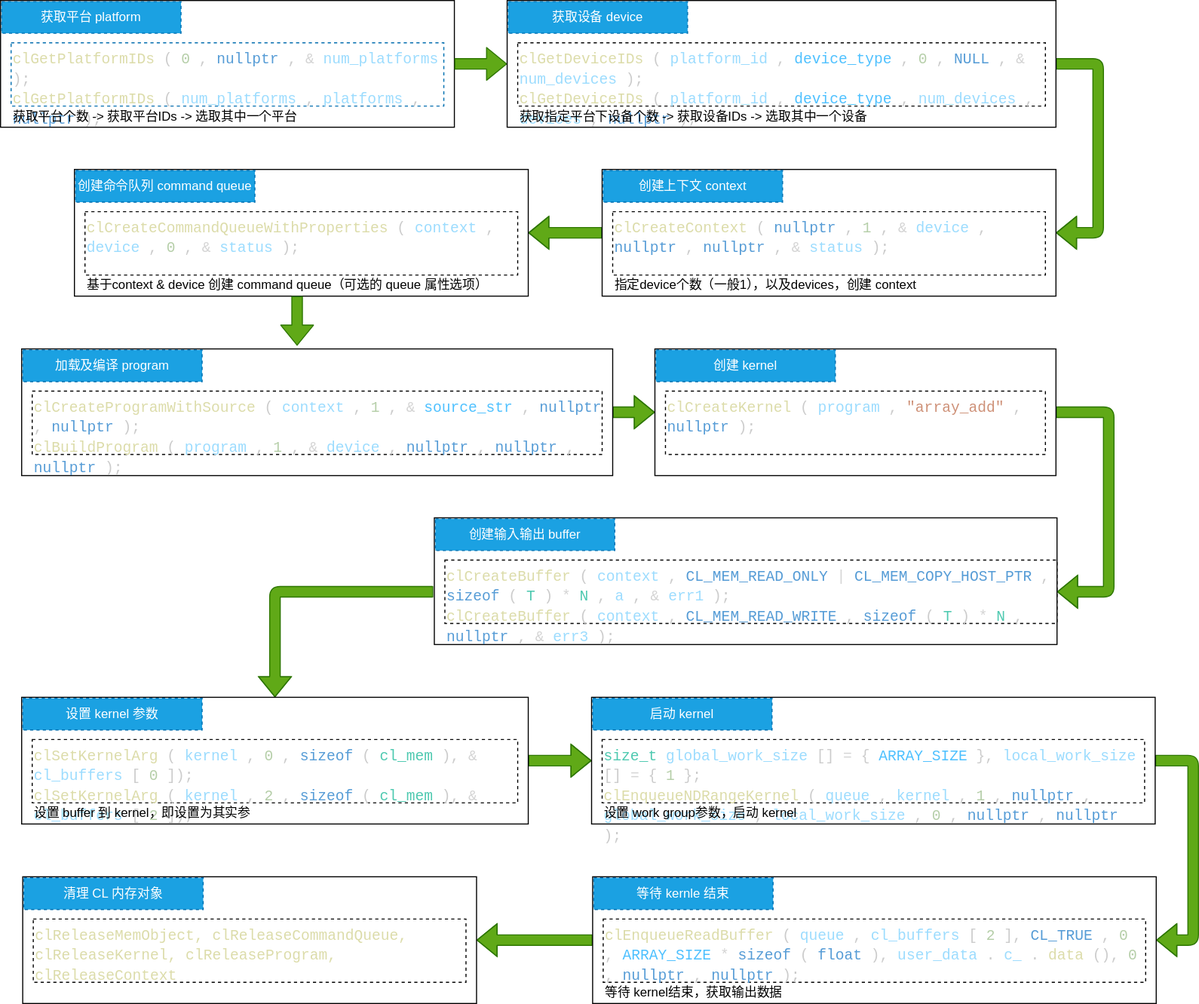
The draw.io diagram assets/drawio/opencl-programing-flow.drawio.svg in hxf0223/hxf0223.github.io, before a commit. Source tidied: cells renumbered, new cells last; positions are measured from the earlier drawing's top-left corner, leaving out a move shared by most shapes.
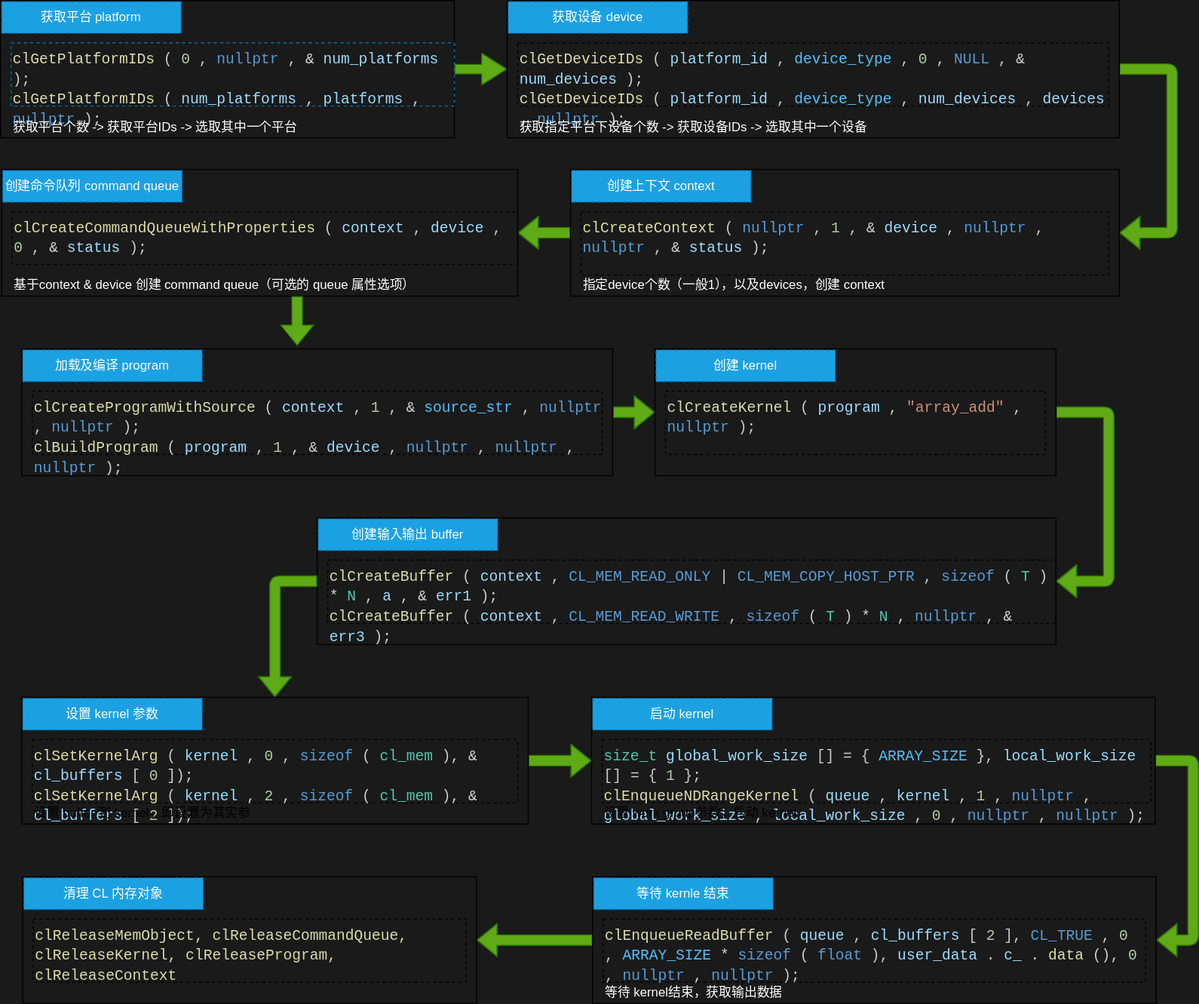
The same diagram one commit later.

What changed in the source:
```diff
@@ -1,2 +1,2 @@
-<mxGraphModel>
+<mxGraphModel background="#1A1A1A">
   <root>
@@ -5,6 +5,6 @@
     <mxCell id="2" style="rounded=0;whiteSpace=wrap;html=1;gradientColor=default;fillColor=none;" parent="1" vertex="1">
-      <mxGeometry width="430" height="120" as="geometry" />
+      <mxGeometry width="430" height="130" as="geometry" />
     </mxCell>
     <mxCell id="3" value="&lt;div style=&quot;color: rgb(204, 204, 204); font-family: Consolas, &amp;quot;Courier New&amp;quot;, monospace; font-size: 14px; line-height: 19px;&quot;&gt;&lt;span style=&quot;color: rgb(220, 220, 170);&quot;&gt;clGetPlatformIDs&lt;/span&gt;(&lt;span style=&quot;color: rgb(181, 206, 168);&quot;&gt;0&lt;/span&gt;, &lt;span style=&quot;color: rgb(86, 156, 214);&quot;&gt;nullptr&lt;/span&gt;, &lt;span style=&quot;color: rgb(212, 212, 212);&quot;&gt;&amp;amp;&lt;/span&gt;&lt;span style=&quot;color: rgb(156, 220, 254);&quot;&gt;num_platforms&lt;/span&gt;);&lt;br&gt;&lt;div style=&quot;line-height: 19px;&quot;&gt;&lt;span style=&quot;color: rgb(220, 220, 170);&quot;&gt;clGetPlatformIDs&lt;/span&gt;(&lt;span style=&quot;color: rgb(156, 220, 254);&quot;&gt;num_platforms&lt;/span&gt;, &lt;span style=&quot;color: rgb(156, 220, 254);&quot;&gt;platforms&lt;/span&gt;, &lt;span style=&quot;color: rgb(86, 156, 214);&quot;&gt;nullptr&lt;/span&gt;);&lt;/div&gt;&lt;/div&gt;" style="rounded=0;whiteSpace=wrap;html=1;dashed=1;align=left;verticalAlign=top;fillColor=none;fontColor=#ffffff;strokeColor=#006EAF;" parent="1" vertex="1">
-      <mxGeometry x="10" y="40" width="410" height="60" as="geometry" />
+      <mxGeometry x="10" y="40" width="420" height="60" as="geometry" />
     </mxCell>
@@ -13,6 +13,6 @@
     </mxCell>
-    <mxCell id="5" value="获取平台个数 &lt;font style=&quot;font-size: 12px;&quot;&gt;-&amp;gt;&lt;/font&gt; 获取平台IDs -&amp;gt;&amp;nbsp;选取其中一个平台" style="text;whiteSpace=wrap;html=1;verticalAlign=middle;align=left;" parent="1" vertex="1">
-      <mxGeometry x="10" y="100" width="280" height="20" as="geometry" />
+    <mxCell id="5" value="&lt;font color=&quot;#ffffff&quot;&gt;获取平台个数 &lt;font style=&quot;font-size: 12px;&quot;&gt;-&amp;gt;&lt;/font&gt; 获取平台IDs -&amp;gt;&amp;nbsp;选取其中一个平台&lt;/font&gt;" style="text;whiteSpace=wrap;html=1;verticalAlign=middle;align=left;" parent="1" vertex="1">
+      <mxGeometry x="10" y="110" width="280" height="20" as="geometry" />
     </mxCell>
-    <mxCell id="6" style="edgeStyle=none;html=1;fontSize=12;exitX=1;exitY=0.5;exitDx=0;exitDy=0;entryX=0;entryY=0.5;entryDx=0;entryDy=0;shape=flexArrow;fillColor=#60a917;strokeColor=#2D7600;" parent="1" edge="1" source="2" target="8">
+    <mxCell id="6" style="edgeStyle=none;html=1;fontSize=12;exitX=1;exitY=0.5;exitDx=0;exitDy=0;entryX=0;entryY=0.5;entryDx=0;entryDy=0;shape=flexArrow;fillColor=#60a917;strokeColor=#2D7600;width=9;endSize=7.53;" parent="1" edge="1" source="2" target="8">
       <mxGeometry relative="1" as="geometry" />
@@ -22,3 +22,3 @@
         <Array as="points">
-          <mxPoint x="1040" y="140" />
+          <mxPoint x="1110" y="150" />
         </Array>
@@ -27,6 +27,6 @@
     <mxCell id="8" style="rounded=0;whiteSpace=wrap;html=1;fillColor=none;" parent="1" vertex="1">
-      <mxGeometry x="480" width="520" height="120" as="geometry" />
+      <mxGeometry x="480" width="580" height="130" as="geometry" />
     </mxCell>
     <mxCell id="9" value="&lt;div style=&quot;font-family: Consolas, &amp;quot;Courier New&amp;quot;, monospace; font-size: 14px; line-height: 19px;&quot;&gt;&lt;div style=&quot;line-height: 19px;&quot;&gt;&lt;span style=&quot;color: rgb(220, 220, 170);&quot;&gt;clGetDeviceIDs&lt;/span&gt;&lt;font style=&quot;&quot; color=&quot;#cccccc&quot;&gt;(&lt;/font&gt;&lt;span style=&quot;color: rgb(156, 220, 254);&quot;&gt;platform_id&lt;/span&gt;&lt;font style=&quot;&quot; color=&quot;#cccccc&quot;&gt;, &lt;/font&gt;&lt;span style=&quot;color: rgb(79, 193, 255);&quot;&gt;device_type&lt;/span&gt;&lt;font style=&quot;&quot; color=&quot;#cccccc&quot;&gt;, &lt;/font&gt;&lt;span style=&quot;color: rgb(181, 206, 168);&quot;&gt;0&lt;/span&gt;&lt;font style=&quot;&quot; color=&quot;#cccccc&quot;&gt;, &lt;/font&gt;&lt;span style=&quot;color: rgb(86, 156, 214);&quot;&gt;NULL&lt;/span&gt;&lt;font style=&quot;&quot; color=&quot;#cccccc&quot;&gt;, &lt;/font&gt;&lt;span style=&quot;color: rgb(212, 212, 212);&quot;&gt;&amp;amp;&lt;/span&gt;&lt;span style=&quot;color: rgb(156, 220, 254);&quot;&gt;num_devices&lt;/span&gt;&lt;font style=&quot;&quot; color=&quot;#cccccc&quot;&gt;);&lt;/font&gt;&lt;br&gt;&lt;div style=&quot;line-height: 19px;&quot;&gt;&lt;span style=&quot;color: rgb(220, 220, 170);&quot;&gt;clGetDeviceIDs&lt;/span&gt;&lt;font style=&quot;&quot; color=&quot;#cccccc&quot;&gt;(&lt;/font&gt;&lt;span style=&quot;color: rgb(156, 220, 254);&quot;&gt;platform_id&lt;/span&gt;&lt;font style=&quot;&quot; color=&quot;#cccccc&quot;&gt;, &lt;/font&gt;&lt;span style=&quot;color: rgb(79, 193, 255);&quot;&gt;device_type&lt;/span&gt;&lt;font style=&quot;&quot; color=&quot;#cccccc&quot;&gt;, &lt;/font&gt;&lt;span style=&quot;color: rgb(156, 220, 254);&quot;&gt;num_devices&lt;/span&gt;&lt;font style=&quot;&quot; color=&quot;#cccccc&quot;&gt;, &lt;/font&gt;&lt;span style=&quot;color: rgb(156, 220, 254);&quot;&gt;devices&lt;/span&gt;&lt;font style=&quot;&quot; color=&quot;#cccccc&quot;&gt;, &lt;/font&gt;&lt;font style=&quot;&quot; color=&quot;#569cd6&quot;&gt;nullptr&lt;/font&gt;&lt;font style=&quot;&quot; color=&quot;#cccccc&quot;&gt;);&lt;/font&gt;&lt;/div&gt;&lt;/div&gt;&lt;/div&gt;" style="rounded=0;whiteSpace=wrap;html=1;dashed=1;align=left;verticalAlign=top;fillColor=none;" parent="1" vertex="1">
-      <mxGeometry x="490" y="40" width="500" height="60" as="geometry" />
+      <mxGeometry x="490" y="40" width="560" height="60" as="geometry" />
     </mxCell>
@@ -35,4 +35,4 @@
     </mxCell>
-    <mxCell id="11" value="获取指定平台下设备个数&amp;nbsp;&lt;font style=&quot;font-size: 12px;&quot;&gt;-&amp;gt;&lt;/font&gt; 获取设备IDs -&amp;gt;&amp;nbsp;选取其中一个设备" style="text;whiteSpace=wrap;html=1;verticalAlign=middle;align=left;" parent="1" vertex="1">
-      <mxGeometry x="490" y="100" width="380" height="20" as="geometry" />
+    <mxCell id="11" value="&lt;font color=&quot;#ffffff&quot;&gt;获取指定平台下设备个数&amp;nbsp;&lt;font style=&quot;font-size: 12px;&quot;&gt;-&amp;gt;&lt;/font&gt; 获取设备IDs -&amp;gt;&amp;nbsp;选取其中一个设备&lt;/font&gt;" style="text;whiteSpace=wrap;html=1;verticalAlign=middle;align=left;" parent="1" vertex="1">
+      <mxGeometry x="490" y="110" width="380" height="20" as="geometry" />
     </mxCell>
@@ -42,21 +42,21 @@
     <mxCell id="13" style="rounded=0;whiteSpace=wrap;html=1;fillColor=none;" parent="1" vertex="1">
-      <mxGeometry x="570" y="160" width="430" height="120" as="geometry" />
+      <mxGeometry x="540" y="160" width="520" height="120" as="geometry" />
     </mxCell>
     <mxCell id="14" value="&lt;div style=&quot;font-family: Consolas, &amp;quot;Courier New&amp;quot;, monospace; font-size: 14px; line-height: 19px;&quot;&gt;&lt;div style=&quot;line-height: 19px;&quot;&gt;&lt;span style=&quot;color: rgb(220, 220, 170);&quot;&gt;clCreateContext&lt;/span&gt;&lt;font style=&quot;&quot; color=&quot;#cccccc&quot;&gt;(&lt;/font&gt;&lt;font style=&quot;&quot; color=&quot;#569cd6&quot;&gt;nullptr&lt;/font&gt;&lt;font style=&quot;&quot; color=&quot;#cccccc&quot;&gt;, &lt;/font&gt;&lt;span style=&quot;color: rgb(181, 206, 168);&quot;&gt;1&lt;/span&gt;&lt;font style=&quot;&quot; color=&quot;#cccccc&quot;&gt;, &lt;/font&gt;&lt;span style=&quot;color: rgb(212, 212, 212);&quot;&gt;&amp;amp;&lt;/span&gt;&lt;span style=&quot;color: rgb(156, 220, 254);&quot;&gt;device&lt;/span&gt;&lt;font style=&quot;&quot; color=&quot;#cccccc&quot;&gt;, &lt;/font&gt;&lt;span style=&quot;color: rgb(86, 156, 214);&quot;&gt;nullptr&lt;/span&gt;&lt;font style=&quot;&quot; color=&quot;#cccccc&quot;&gt;, &lt;/font&gt;&lt;font style=&quot;&quot; color=&quot;#569cd6&quot;&gt;nullptr&lt;/font&gt;&lt;font style=&quot;&quot; color=&quot;#cccccc&quot;&gt;, &lt;/font&gt;&lt;span style=&quot;color: rgb(212, 212, 212);&quot;&gt;&amp;amp;&lt;/span&gt;&lt;span style=&quot;color: rgb(156, 220, 254);&quot;&gt;status&lt;/span&gt;&lt;font style=&quot;&quot; color=&quot;#cccccc&quot;&gt;);&lt;/font&gt;&lt;/div&gt;&lt;/div&gt;" style="rounded=0;whiteSpace=wrap;html=1;dashed=1;align=left;verticalAlign=top;fillColor=none;" parent="1" vertex="1">
-      <mxGeometry x="580" y="200" width="410" height="60" as="geometry" />
+      <mxGeometry x="550" y="200" width="500" height="60" as="geometry" />
     </mxCell>
     <mxCell id="15" value="创建上下文 context" style="rounded=0;whiteSpace=wrap;html=1;dashed=1;fillColor=#1ba1e2;fontColor=#ffffff;strokeColor=#006EAF;" parent="1" vertex="1">
-      <mxGeometry x="571" y="161" width="170" height="30" as="geometry" />
+      <mxGeometry x="541" y="161" width="170" height="30" as="geometry" />
     </mxCell>
-    <mxCell id="16" value="指定device个数（一般1），以及devices，创建 context" style="text;whiteSpace=wrap;html=1;verticalAlign=middle;align=left;" parent="1" vertex="1">
-      <mxGeometry x="580" y="260" width="330" height="20" as="geometry" />
+    <mxCell id="16" value="&lt;font color=&quot;#ffffff&quot;&gt;指定device个数（一般1），以及devices，创建 context&lt;/font&gt;" style="text;whiteSpace=wrap;html=1;verticalAlign=middle;align=left;" parent="1" vertex="1">
+      <mxGeometry x="550" y="260" width="330" height="20" as="geometry" />
     </mxCell>
     <mxCell id="17" style="rounded=0;whiteSpace=wrap;html=1;fillColor=none;" parent="1" vertex="1">
-      <mxGeometry x="70" y="160" width="430" height="120" as="geometry" />
+      <mxGeometry x="1" y="160" width="489" height="120" as="geometry" />
     </mxCell>
     <mxCell id="18" value="&lt;div style=&quot;color: rgb(204, 204, 204); font-family: Consolas, &amp;quot;Courier New&amp;quot;, monospace; font-size: 14px; line-height: 19px;&quot;&gt;&lt;div style=&quot;line-height: 19px;&quot;&gt;&lt;span style=&quot;color: rgb(220, 220, 170);&quot;&gt;clCreateCommandQueueWithProperties&lt;/span&gt;(&lt;span style=&quot;color: rgb(156, 220, 254);&quot;&gt;context&lt;/span&gt;, &lt;span style=&quot;color: rgb(156, 220, 254);&quot;&gt;device&lt;/span&gt;, &lt;span style=&quot;color: rgb(181, 206, 168);&quot;&gt;0&lt;/span&gt;, &lt;span style=&quot;color: rgb(212, 212, 212);&quot;&gt;&amp;amp;&lt;/span&gt;&lt;span style=&quot;color: rgb(156, 220, 254);&quot;&gt;status&lt;/span&gt;);&lt;/div&gt;&lt;/div&gt;" style="rounded=0;whiteSpace=wrap;html=1;dashed=1;align=left;verticalAlign=top;fillColor=none;" parent="1" vertex="1">
-      <mxGeometry x="80" y="200" width="410" height="60" as="geometry" />
+      <mxGeometry x="11" y="200" width="479" height="50" as="geometry" />
     </mxCell>
     <mxCell id="19" value="创建命令队列 command queue" style="rounded=0;whiteSpace=wrap;html=1;dashed=1;fillColor=#1ba1e2;fontColor=#ffffff;strokeColor=#006EAF;" parent="1" vertex="1">
-      <mxGeometry x="71" y="161" width="170" height="30" as="geometry" />
+      <mxGeometry x="2" y="161" width="170" height="30" as="geometry" />
     </mxCell>
@@ -65,4 +65,4 @@
     </mxCell>
-    <mxCell id="21" value="基于context &amp;amp; device&amp;nbsp;创建 command queue（可选的 queue&amp;nbsp;属性选项）" style="text;whiteSpace=wrap;html=1;verticalAlign=middle;align=left;" parent="1" vertex="1">
-      <mxGeometry x="80" y="260" width="400" height="20" as="geometry" />
+    <mxCell id="21" value="&lt;font color=&quot;#ffffff&quot;&gt;基于context &amp;amp; device&amp;nbsp;创建 command queue（可选的 queue&amp;nbsp;属性选项）&lt;/font&gt;" style="text;whiteSpace=wrap;html=1;verticalAlign=middle;align=left;" parent="1" vertex="1">
+      <mxGeometry x="11" y="260" width="400" height="20" as="geometry" />
     </mxCell>
@@ -80,3 +80,3 @@
     </mxCell>
-    <mxCell id="26" style="edgeStyle=elbowEdgeStyle;shape=flexArrow;html=1;fontSize=12;elbow=vertical;entryX=1;entryY=0.5;entryDx=0;entryDy=0;exitX=1;exitY=0.5;exitDx=0;exitDy=0;fillColor=#60a917;strokeColor=#2D7600;" parent="1" edge="1" source="27" target="32">
+    <mxCell id="26" style="edgeStyle=elbowEdgeStyle;shape=flexArrow;html=1;fontSize=12;elbow=vertical;entryX=1;entryY=0.5;entryDx=0;entryDy=0;exitX=1;exitY=0.5;exitDx=0;exitDy=0;fillColor=#60a917;strokeColor=#2D7600;" parent="1" edge="1" source="27" target="30">
       <mxGeometry relative="1" as="geometry">
@@ -97,9 +97,8 @@
     <mxCell id="30" style="rounded=0;whiteSpace=wrap;html=1;fillColor=none;" parent="1" vertex="1">
-      <mxGeometry x="411" y="490" width="590" height="120" as="geometry" />
+      <mxGeometry x="300" y="490" width="700" height="120" as="geometry" />
     </mxCell>
-    <mxCell id="31" style="edgeStyle=elbowEdgeStyle;shape=flexArrow;elbow=vertical;html=1;fontSize=12;entryX=0.5;entryY=0;entryDx=0;entryDy=0;fillColor=#60a917;strokeColor=#2D7600;" parent="1" edge="1" target="35">
+    <mxCell id="31" style="edgeStyle=elbowEdgeStyle;shape=flexArrow;elbow=vertical;html=1;fontSize=12;entryX=0.5;entryY=0;entryDx=0;entryDy=0;fillColor=#60a917;strokeColor=#2D7600;exitX=0;exitY=0.5;exitDx=0;exitDy=0;" parent="1" edge="1" source="30" target="35">
       <mxGeometry relative="1" as="geometry">
-        <mxPoint x="410" y="560" as="sourcePoint" />
         <Array as="points">
-          <mxPoint x="330" y="560" />
+          <mxPoint x="320" y="550" />
         </Array>
@@ -108,6 +107,6 @@
     <mxCell id="32" value="&lt;div style=&quot;color: rgb(204, 204, 204); font-family: Consolas, &amp;quot;Courier New&amp;quot;, monospace; font-size: 14px; line-height: 19px;&quot;&gt;&lt;div style=&quot;line-height: 19px;&quot;&gt;&lt;div style=&quot;line-height: 19px;&quot;&gt;&lt;span style=&quot;color: rgb(220, 220, 170);&quot;&gt;clCreateBuffer&lt;/span&gt;(&lt;span style=&quot;color: rgb(156, 220, 254);&quot;&gt;context&lt;/span&gt;, &lt;span style=&quot;color: rgb(86, 156, 214);&quot;&gt;CL_MEM_READ_ONLY&lt;/span&gt; &lt;span style=&quot;color: rgb(212, 212, 212);&quot;&gt;|&lt;/span&gt; &lt;span style=&quot;color: rgb(86, 156, 214);&quot;&gt;CL_MEM_COPY_HOST_PTR&lt;/span&gt;, &lt;span style=&quot;color: rgb(86, 156, 214);&quot;&gt;sizeof&lt;/span&gt;(&lt;span style=&quot;color: rgb(78, 201, 176);&quot;&gt;T&lt;/span&gt;) &lt;span style=&quot;color: rgb(212, 212, 212);&quot;&gt;*&lt;/span&gt; &lt;span style=&quot;color: rgb(78, 201, 176);&quot;&gt;N&lt;/span&gt;, &lt;span style=&quot;color: rgb(156, 220, 254);&quot;&gt;a&lt;/span&gt;, &lt;span style=&quot;color: rgb(212, 212, 212);&quot;&gt;&amp;amp;&lt;/span&gt;&lt;span style=&quot;color: rgb(156, 220, 254);&quot;&gt;err1&lt;/span&gt;);&lt;br&gt;&lt;div style=&quot;line-height: 19px;&quot;&gt;&lt;span style=&quot;color: rgb(220, 220, 170);&quot;&gt;clCreateBuffer&lt;/span&gt;(&lt;span style=&quot;color: rgb(156, 220, 254);&quot;&gt;context&lt;/span&gt;, &lt;span style=&quot;color: rgb(86, 156, 214);&quot;&gt;CL_MEM_READ_WRITE&lt;/span&gt;, &lt;span style=&quot;color: rgb(86, 156, 214);&quot;&gt;sizeof&lt;/span&gt;(&lt;span style=&quot;color: rgb(78, 201, 176);&quot;&gt;T&lt;/span&gt;) &lt;span style=&quot;color: rgb(212, 212, 212);&quot;&gt;*&lt;/span&gt; &lt;span style=&quot;color: rgb(78, 201, 176);&quot;&gt;N&lt;/span&gt;, &lt;span style=&quot;color: rgb(86, 156, 214);&quot;&gt;nullptr&lt;/span&gt;, &lt;span style=&quot;color: rgb(212, 212, 212);&quot;&gt;&amp;amp;&lt;/span&gt;&lt;span style=&quot;color: rgb(156, 220, 254);&quot;&gt;err3&lt;/span&gt;);&lt;/div&gt;&lt;/div&gt;&lt;/div&gt;&lt;/div&gt;" style="rounded=0;whiteSpace=wrap;html=1;dashed=1;align=left;verticalAlign=top;fillColor=none;" parent="1" vertex="1">
-      <mxGeometry x="421" y="530" width="580" height="60" as="geometry" />
+      <mxGeometry x="310" y="530" width="690" height="60" as="geometry" />
     </mxCell>
     <mxCell id="33" value="创建输入输出 buffer" style="rounded=0;whiteSpace=wrap;html=1;dashed=1;fillColor=#1ba1e2;fontColor=#ffffff;strokeColor=#006EAF;" parent="1" vertex="1">
-      <mxGeometry x="412" y="491" width="170" height="30" as="geometry" />
+      <mxGeometry x="301" y="491" width="170" height="30" as="geometry" />
     </mxCell>
@@ -139,3 +138,3 @@
     <mxCell id="41" value="&lt;div style=&quot;color: rgb(204, 204, 204); font-family: Consolas, &amp;quot;Courier New&amp;quot;, monospace; font-size: 14px; line-height: 19px;&quot;&gt;&lt;div style=&quot;line-height: 19px;&quot;&gt;&lt;div style=&quot;line-height: 19px;&quot;&gt;&lt;div style=&quot;line-height: 19px;&quot;&gt;&lt;div style=&quot;&quot;&gt;&lt;span style=&quot;color: rgb(78, 201, 176);&quot;&gt;size_t&lt;/span&gt; &lt;span style=&quot;color: rgb(156, 220, 254);&quot;&gt;global_work_size&lt;/span&gt;[] &lt;span style=&quot;color: rgb(212, 212, 212);&quot;&gt;=&lt;/span&gt; {&lt;span style=&quot;color: rgb(79, 193, 255);&quot;&gt;ARRAY_SIZE&lt;/span&gt;}, &lt;span style=&quot;color: rgb(156, 220, 254);&quot;&gt;local_work_size&lt;/span&gt;[] &lt;span style=&quot;color: rgb(212, 212, 212);&quot;&gt;=&lt;/span&gt; {&lt;span style=&quot;color: rgb(181, 206, 168);&quot;&gt;1&lt;/span&gt;};&lt;/div&gt;&lt;div style=&quot;&quot;&gt;&lt;span style=&quot;color: rgb(220, 220, 170);&quot;&gt;clEnqueueNDRangeKernel&lt;/span&gt;(&lt;span style=&quot;color: rgb(156, 220, 254);&quot;&gt;queue&lt;/span&gt;, &lt;span style=&quot;color: rgb(156, 220, 254);&quot;&gt;kernel&lt;/span&gt;, &lt;span style=&quot;color: rgb(181, 206, 168);&quot;&gt;1&lt;/span&gt;,&amp;nbsp;&lt;span style=&quot;color: rgb(86, 156, 214);&quot;&gt;nullptr&lt;/span&gt;, &lt;span style=&quot;color: rgb(156, 220, 254);&quot;&gt;global_work_size&lt;/span&gt;, &lt;span style=&quot;color: rgb(156, 220, 254);&quot;&gt;local_work_size&lt;/span&gt;,&lt;span style=&quot;color: rgb(106, 153, 85);&quot;&gt; &lt;/span&gt;&lt;span style=&quot;color: rgb(181, 206, 168);&quot;&gt;0&lt;/span&gt;, &lt;span style=&quot;color: rgb(86, 156, 214);&quot;&gt;nullptr&lt;/span&gt;, &lt;span style=&quot;color: rgb(86, 156, 214);&quot;&gt;nullptr&lt;/span&gt;);&lt;/div&gt;&lt;/div&gt;&lt;/div&gt;&lt;/div&gt;&lt;/div&gt;" style="rounded=0;whiteSpace=wrap;html=1;dashed=1;align=left;verticalAlign=top;fillColor=none;" parent="1" vertex="1">
-      <mxGeometry x="570" y="700" width="514" height="60" as="geometry" />
+      <mxGeometry x="570" y="700" width="520" height="60" as="geometry" />
     </mxCell>
@@ -159,3 +158,3 @@
     </mxCell>
-    <mxCell id="48" value="等待 kernel结束，获取输出数据" style="text;whiteSpace=wrap;html=1;verticalAlign=middle;align=left;" parent="1" vertex="1">
+    <mxCell id="48" value="&lt;font color=&quot;#ffffff&quot;&gt;等待 kernel结束，获取输出数据&lt;/font&gt;" style="text;whiteSpace=wrap;html=1;verticalAlign=middle;align=left;" parent="1" vertex="1">
       <mxGeometry x="571" y="930" width="330" height="20" as="geometry" />
```
